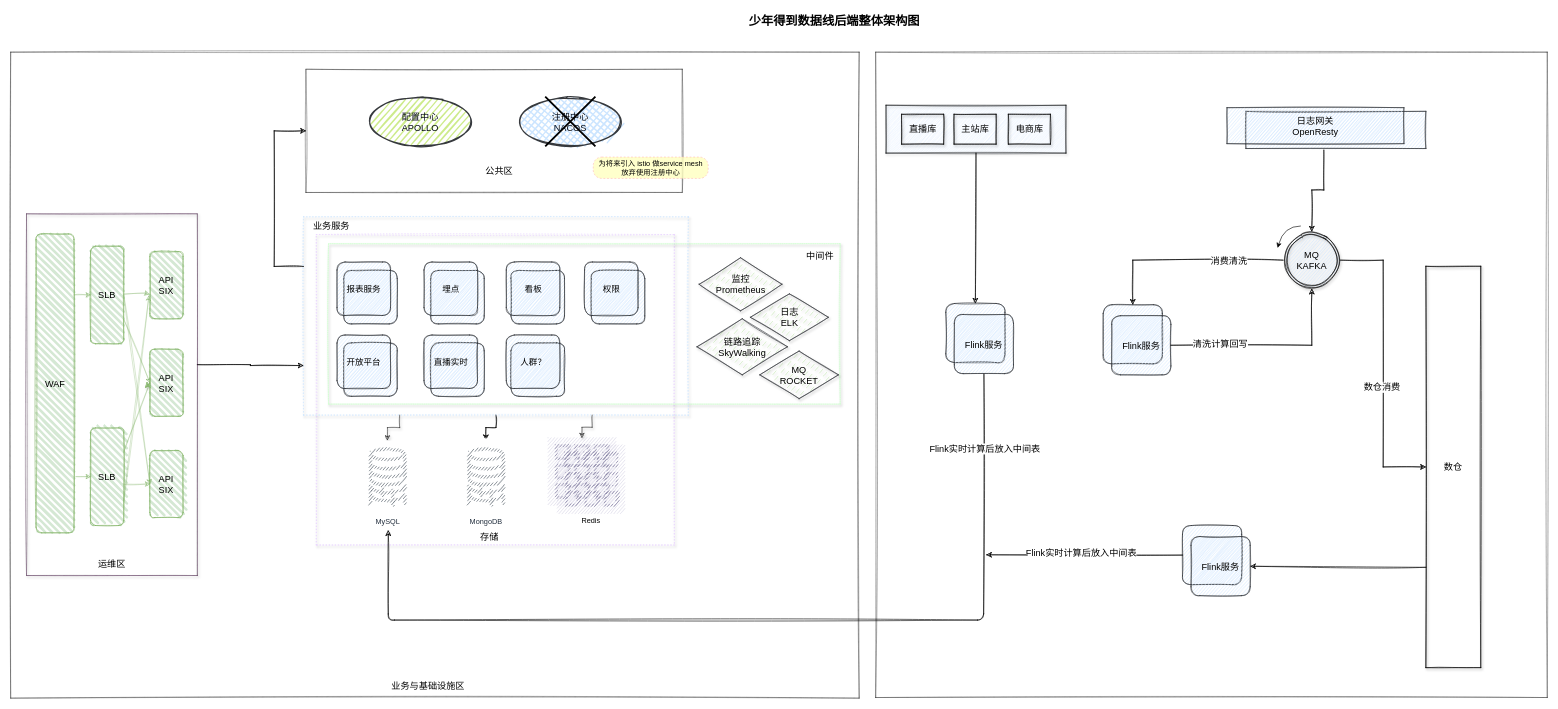
Earlier version of the draw.io diagram 数据线架构图.drawio (okhanyu/drawio). Source tidied: cells renumbered, new cells numbered last; positions are measured from the earlier drawing's top-left corner, leaving out a move shared by most shapes. Both pictures are drawn from the tidied source at 61%, with x=0, y=0 at pixel (10, 10).
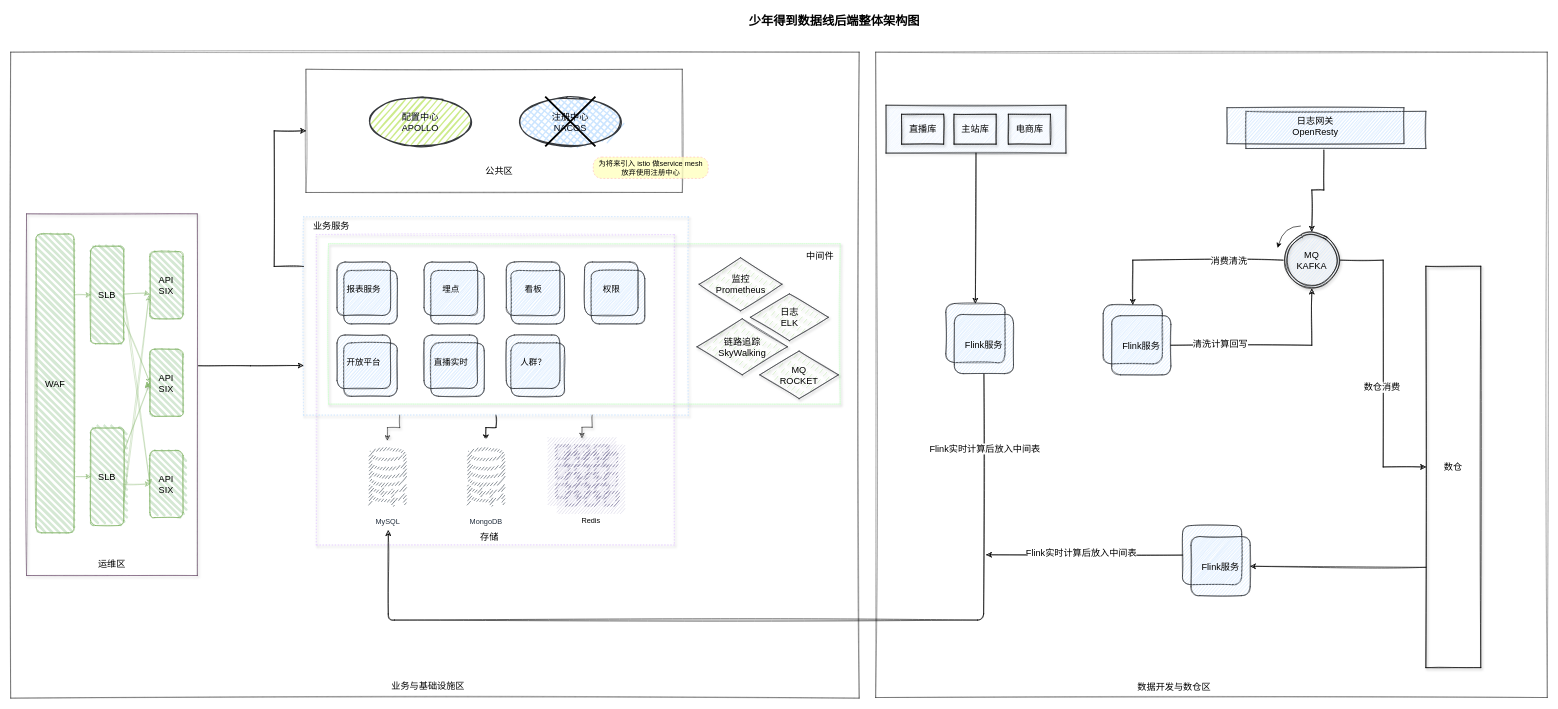
After the change.

Commit message (it also covers changes not shown here):
更新数据线架构图.drawio

Unchanged cells that the change refers to:
```xml
<mxCell id="11" style="rounded=0;whiteSpace=wrap;html=1;shadow=1;sketch=1;fillColor=none;fontSize=14;dashed=1;perimeterSpacing=0;strokeWidth=1;dashPattern=1 4;strokeColor=#CCE5FF;" parent="1" vertex="1">
  <mxGeometry x="480" y="338" width="631" height="325" as="geometry" />
</mxCell>
<mxCell id="27" style="rounded=0;whiteSpace=wrap;html=1;sketch=1;fillColor=none;shadow=1;strokeWidth=0.5;strokeColor=#330033;dashed=1;dashPattern=1 2;" parent="1" vertex="1">
  <mxGeometry x="26" y="333" width="280" height="593" as="geometry" />
</mxCell>
```

Diff of the diagram source:
```diff
@@
-    <mxCell id="26" style="edgeStyle=orthogonalEdgeStyle;rounded=0;sketch=1;jettySize=auto;html=1;exitX=1;exitY=0.417;exitDx=0;exitDy=0;entryX=0;entryY=0.75;entryDx=0;entryDy=0;shadow=0;fontSize=15;strokeWidth=1;exitPerimeter=0;" parent="1" edge="1" source="27" target="11">
+    <mxCell id="26" style="edgeStyle=orthogonalEdgeStyle;rounded=0;sketch=1;jettySize=auto;html=1;exitX=1.007;exitY=0.42;exitDx=0;exitDy=0;entryX=0;entryY=0.75;entryDx=0;entryDy=0;shadow=0;fontSize=15;strokeWidth=1;exitPerimeter=0;" parent="1" edge="1" source="27" target="11">
       <mxGeometry relative="1" as="geometry" />
     </mxCell>
@@
+    <mxCell id="97" value="数据开发与数仓区" style="text;html=1;strokeColor=none;fillColor=none;align=center;verticalAlign=middle;whiteSpace=wrap;rounded=0;fontSize=15;" parent="1" vertex="1">
+      <mxGeometry x="1808" y="1098" width="199" height="19" as="geometry" />
+    </mxCell>
```
